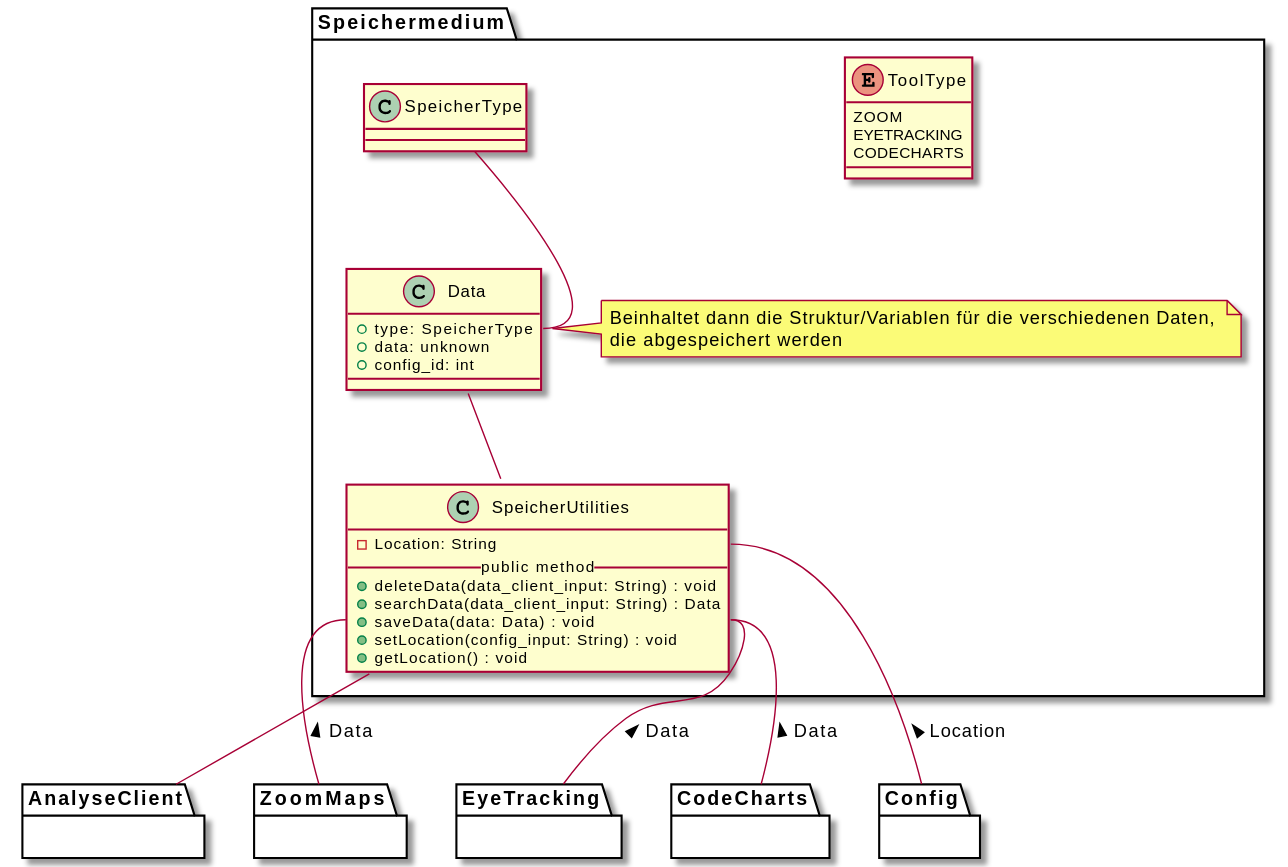
Earlier version of the PlantUML export meilenstein_03/uml-speichermedium/speichermedium.svg (weichware10/meilensteine).
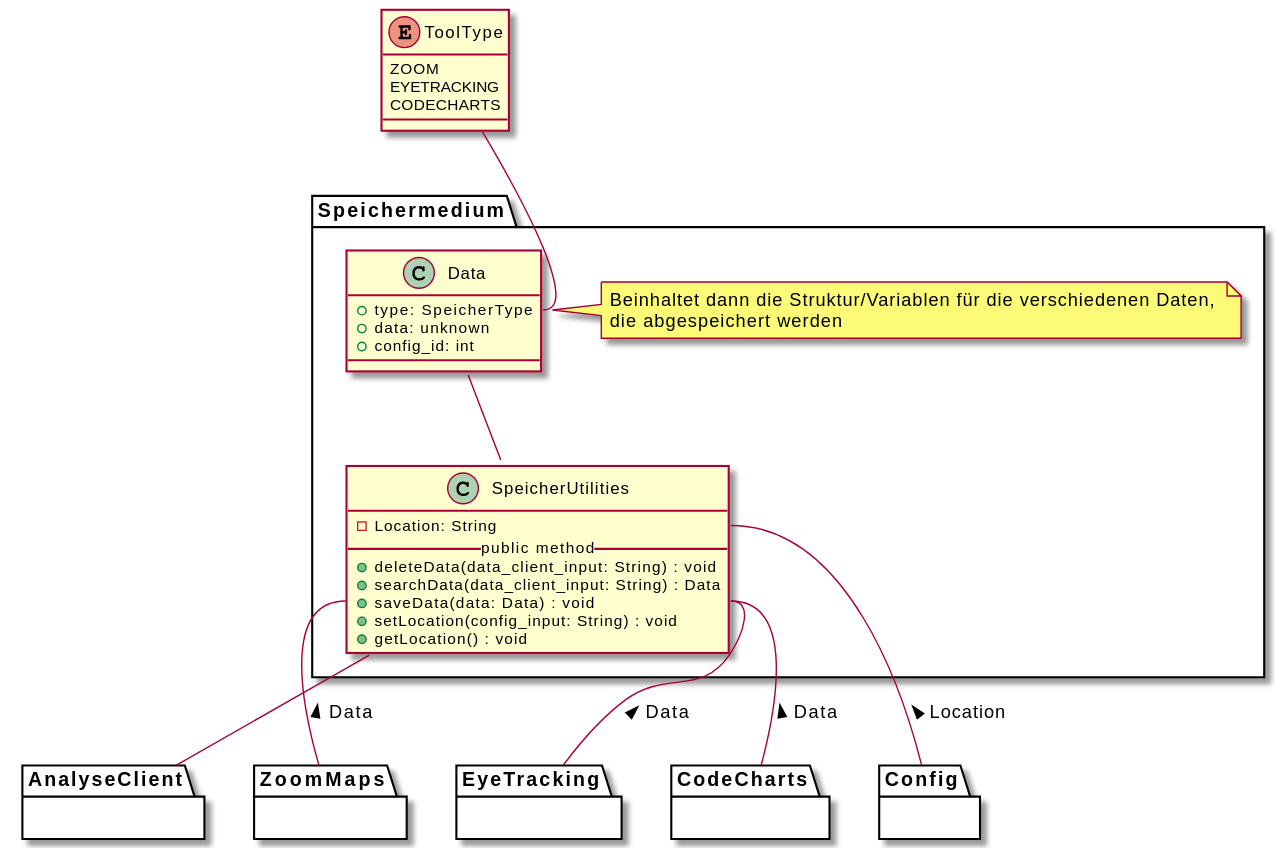
The same file after the commit.

Commit message:
Render PlantUML SVGs

Change to the diagram source:
```diff
@@ -21,13 +21,9 @@
          die abgespeichert werden
       end note
 
-      enum ToolType {
-         ZOOM
-         EYETRACKING
-         CODECHARTS
-      }
 
-      SpeicherType -- Data::type
+
+
       Data -- SpeicherUtilities
 
      SpeicherUtilities::Location -- Config : < Location
@@ -37,6 +33,13 @@
      SpeicherUtilities -- AnalyseClient
 }
 
+ToolType -- Data::type
+
+      enum ToolType {
+         ZOOM
+         EYETRACKING
+         CODECHARTS
+      }
 
  package Config {}
 
```
